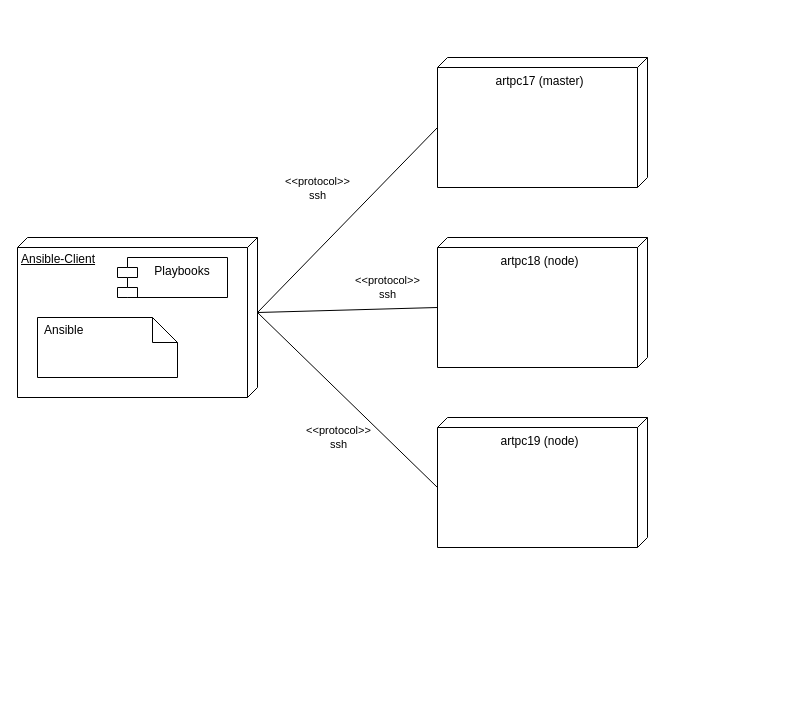
Before: uni-bsc/cd-ansible.drawio in pogii123/drawio-charts, a draw.io diagram. Source tidied: cells renumbered, new cells numbered last; positions are measured from the earlier drawing's top-left corner, leaving out a move shared by most shapes. Both pictures are drawn from the tidied source at 100%, with x=0, y=0 at pixel (17, 57).
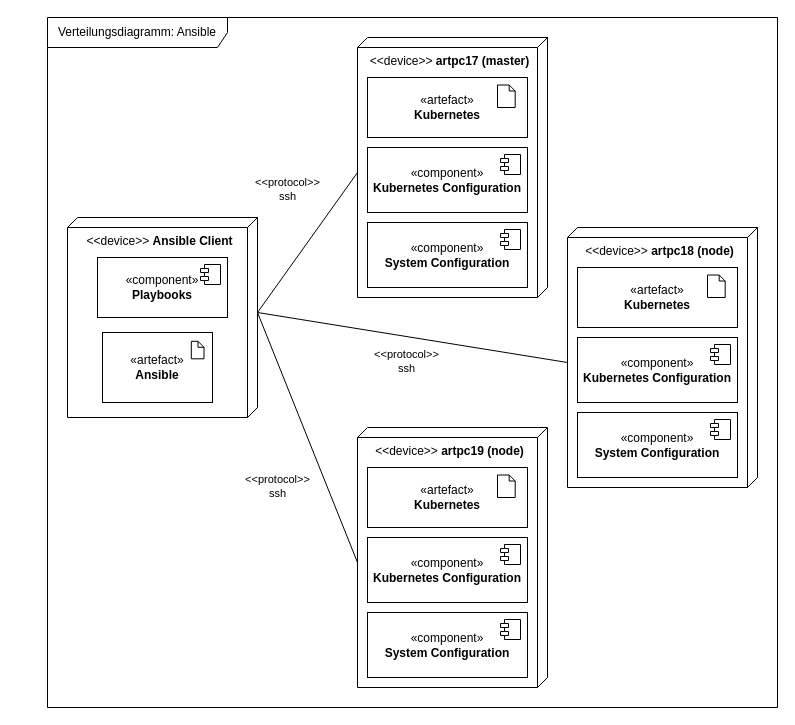
Above is the later version.

Diff of the diagram source:
```diff
@@
-    <mxCell id="2" value="Ansible-Client" style="verticalAlign=top;align=left;spacingTop=8;spacingLeft=2;spacingRight=12;shape=cube;size=10;direction=south;fontStyle=4;html=1;whiteSpace=wrap;" parent="1" vertex="1">
-      <mxGeometry y="180" width="240" height="160" as="geometry" />
-    </mxCell>
-    <mxCell id="3" value="Playbooks" style="shape=module;align=left;spacingLeft=20;align=center;verticalAlign=top;whiteSpace=wrap;html=1;" parent="1" vertex="1">
-      <mxGeometry x="100" y="200" width="110" height="40" as="geometry" />
-    </mxCell>
-    <mxCell id="4" style="shape=note2;boundedLbl=1;whiteSpace=wrap;html=1;size=25;verticalAlign=top;align=left;spacingLeft=5;" parent="1" vertex="1">
-      <mxGeometry x="20" y="260" width="140" height="60" as="geometry" />
-    </mxCell>
-    <mxCell id="5" value="Ansible" style="strokeColor=none;fillColor=none;align=left;spacingLeft=5;whiteSpace=wrap;html=1;" parent="4" vertex="1">
-      <mxGeometry width="140" height="25" relative="1" as="geometry" />
-    </mxCell>
-    <mxCell id="6" value="artpc17 (master)" style="verticalAlign=top;align=center;shape=cube;size=10;direction=south;html=1;boundedLbl=1;spacingLeft=5;whiteSpace=wrap;" parent="1" vertex="1">
-      <mxGeometry x="420" width="210" height="130" as="geometry" />
-    </mxCell>
-    <mxCell id="7" value="artpc18 (node)" style="verticalAlign=top;align=center;shape=cube;size=10;direction=south;html=1;boundedLbl=1;spacingLeft=5;whiteSpace=wrap;" parent="1" vertex="1">
-      <mxGeometry x="420" y="180" width="210" height="130" as="geometry" />
-    </mxCell>
-    <mxCell id="8" value="artpc19 (node)" style="verticalAlign=top;align=center;shape=cube;size=10;direction=south;html=1;boundedLbl=1;spacingLeft=5;whiteSpace=wrap;" parent="1" vertex="1">
-      <mxGeometry x="420" y="360" width="210" height="130" as="geometry" />
-    </mxCell>
-    <mxCell id="9" style="rounded=0;jettySize=auto;html=1;exitX=0;exitY=0;exitDx=75;exitDy=0;exitPerimeter=0;entryX=0;entryY=0;entryDx=70;entryDy=210;entryPerimeter=0;endArrow=none;endFill=0;" parent="1" edge="1" source="2" target="8">
-      <mxGeometry relative="1" as="geometry" />
+    <mxCell id="9" style="rounded=0;jettySize=auto;html=1;exitX=0;exitY=0;exitDx=75;exitDy=0;exitPerimeter=0;entryX=0;entryY=0;entryDx=135;entryDy=190;entryPerimeter=0;endArrow=none;endFill=0;" parent="1" edge="1" target="8">
+      <mxGeometry relative="1" as="geometry">
+        <mxPoint x="240" y="255" as="sourcePoint" />
+      </mxGeometry>
     </mxCell>
     <mxCell id="10" value="&amp;lt;&amp;lt;protocol&amp;gt;&amp;gt;&lt;br&gt;ssh" style="edgeLabel;html=1;align=center;verticalAlign=middle;" parent="9" vertex="1">
       <mxGeometry x="0.06" y="4" relative="1" as="geometry">
-        <mxPoint x="-18" y="35" as="offset" />
+        <mxPoint x="-37" y="42" as="offset" />
       </mxGeometry>
     </mxCell>
-    <mxCell id="11" value="&amp;lt;&amp;lt;protocol&amp;gt;&amp;gt;&lt;br&gt;ssh" style="rounded=0;jettySize=auto;html=1;exitX=0;exitY=0;exitDx=75;exitDy=0;exitPerimeter=0;entryX=0;entryY=0;entryDx=70;entryDy=210;entryPerimeter=0;endArrow=none;endFill=0;" parent="1" edge="1" source="2" target="7">
-      <mxGeometry x="0.46" y="21" relative="1" as="geometry" />
+    <mxCell id="11" value="&amp;lt;&amp;lt;protocol&amp;gt;&amp;gt;&lt;br&gt;ssh" style="rounded=0;jettySize=auto;html=1;exitX=0;exitY=0;exitDx=75;exitDy=0;exitPerimeter=0;entryX=0;entryY=0;entryDx=135;entryDy=190;entryPerimeter=0;endArrow=none;endFill=0;" parent="1" edge="1" target="23">
+      <mxGeometry x="-0.01" y="-25" relative="1" as="geometry">
+        <mxPoint x="240" y="255" as="sourcePoint" />
+      </mxGeometry>
     </mxCell>
-    <mxCell id="12" style="rounded=0;jettySize=auto;html=1;exitX=0;exitY=0;exitDx=75;exitDy=0;exitPerimeter=0;entryX=0;entryY=0;entryDx=70;entryDy=210;entryPerimeter=0;endArrow=none;endFill=0;" parent="1" edge="1" source="2" target="6">
-      <mxGeometry relative="1" as="geometry" />
+    <mxCell id="12" style="rounded=0;jettySize=auto;html=1;exitX=0;exitY=0;exitDx=75;exitDy=0;exitPerimeter=0;entryX=0;entryY=0;entryDx=135;entryDy=190;entryPerimeter=0;endArrow=none;endFill=0;" parent="1" edge="1" target="32">
+      <mxGeometry relative="1" as="geometry">
+        <mxPoint x="240" y="255" as="sourcePoint" />
+      </mxGeometry>
     </mxCell>
     <mxCell id="13" value="&amp;lt;&amp;lt;protocol&amp;gt;&amp;gt;&lt;br&gt;ssh" style="edgeLabel;html=1;align=center;verticalAlign=middle;" parent="12" vertex="1">
       <mxGeometry x="0.13" relative="1" as="geometry">
-        <mxPoint x="-42" y="-20" as="offset" />
+        <mxPoint x="-27" y="-45" as="offset" />
       </mxGeometry>
     </mxCell>
+    <mxCell id="14" style="group;" parent="1" vertex="1">
+      <mxGeometry x="340" y="370" width="190" height="260" as="geometry" />
+    </mxCell>
+    <mxCell id="8" value="&amp;lt;&amp;lt;device&amp;gt;&amp;gt; &lt;b&gt;artpc19 (node)&lt;/b&gt;" style="verticalAlign=top;align=center;shape=cube;size=10;direction=south;html=1;boundedLbl=1;spacingLeft=5;whiteSpace=wrap;" parent="14" vertex="1">
+      <mxGeometry width="190" height="260" as="geometry" />
+    </mxCell>
+    <mxCell id="15" value="«component»&lt;br&gt;&lt;b&gt;System Configuration&lt;/b&gt;" style="html=1;whiteSpace=wrap;" parent="14" vertex="1">
+      <mxGeometry x="10" y="185" width="160" height="65" as="geometry" />
+    </mxCell>
+    <mxCell id="16" style="shape=module;jettyWidth=8;jettyHeight=4;" parent="15" vertex="1">
+      <mxGeometry x="1" width="20" height="20" relative="1" as="geometry">
+        <mxPoint x="-27" y="7" as="offset" />
+      </mxGeometry>
+    </mxCell>
+    <mxCell id="17" value="«component»&lt;br&gt;&lt;b&gt;Kubernetes Configuration&lt;/b&gt;" style="html=1;whiteSpace=wrap;" parent="14" vertex="1">
+      <mxGeometry x="10" y="110" width="160" height="65" as="geometry" />
+    </mxCell>
+    <mxCell id="18" style="shape=module;jettyWidth=8;jettyHeight=4;" parent="17" vertex="1">
+      <mxGeometry x="1" width="20" height="20" relative="1" as="geometry">
+        <mxPoint x="-27" y="7" as="offset" />
+      </mxGeometry>
+    </mxCell>
+    <mxCell id="19" style="group;" parent="14" vertex="1">
+      <mxGeometry x="10" y="40" width="160" height="60" as="geometry" />
+    </mxCell>
+    <mxCell id="20" value="«artefact»&lt;br&gt;&lt;b&gt;Kubernetes&lt;/b&gt;" style="html=1;whiteSpace=wrap;" parent="19" vertex="1">
+      <mxGeometry width="160" height="60" as="geometry" />
+    </mxCell>
+    <mxCell id="21" style="shape=note2;boundedLbl=1;whiteSpace=wrap;html=1;size=6;verticalAlign=top;align=left;spacingLeft=5;" parent="19" vertex="1">
+      <mxGeometry x="130" y="7.5" width="17.7" height="22.5" as="geometry" />
+    </mxCell>
+    <mxCell id="22" style="group;" parent="1" vertex="1">
+      <mxGeometry x="550" y="170" width="190" height="260" as="geometry" />
+    </mxCell>
+    <mxCell id="23" value="&amp;lt;&amp;lt;device&amp;gt;&amp;gt; &lt;b&gt;artpc18 (node)&lt;/b&gt;" style="verticalAlign=top;align=center;shape=cube;size=10;direction=south;html=1;boundedLbl=1;spacingLeft=5;whiteSpace=wrap;" parent="22" vertex="1">
+      <mxGeometry width="190" height="260" as="geometry" />
+    </mxCell>
+    <mxCell id="24" value="«component»&lt;br&gt;&lt;b&gt;System Configuration&lt;/b&gt;" style="html=1;whiteSpace=wrap;" parent="22" vertex="1">
+      <mxGeometry x="10" y="185" width="160" height="65" as="geometry" />
+    </mxCell>
+    <mxCell id="25" style="shape=module;jettyWidth=8;jettyHeight=4;" parent="24" vertex="1">
+      <mxGeometry x="1" width="20" height="20" relative="1" as="geometry">
+        <mxPoint x="-27" y="7" as="offset" />
+      </mxGeometry>
+    </mxCell>
+    <mxCell id="26" value="«component»&lt;br&gt;&lt;b&gt;Kubernetes Configuration&lt;/b&gt;" style="html=1;whiteSpace=wrap;" parent="22" vertex="1">
+      <mxGeometry x="10" y="110" width="160" height="65" as="geometry" />
+    </mxCell>
+    <mxCell id="27" style="shape=module;jettyWidth=8;jettyHeight=4;" parent="26" vertex="1">
+      <mxGeometry x="1" width="20" height="20" relative="1" as="geometry">
+        <mxPoint x="-27" y="7" as="offset" />
+      </mxGeometry>
+    </mxCell>
+    <mxCell id="28" style="group;" parent="22" vertex="1">
+      <mxGeometry x="10" y="40" width="160" height="60" as="geometry" />
+    </mxCell>
+    <mxCell id="29" value="«artefact»&lt;br&gt;&lt;b&gt;Kubernetes&lt;/b&gt;" style="html=1;whiteSpace=wrap;" parent="28" vertex="1">
+      <mxGeometry width="160" height="60" as="geometry" />
+    </mxCell>
+    <mxCell id="30" style="shape=note2;boundedLbl=1;whiteSpace=wrap;html=1;size=6;verticalAlign=top;align=left;spacingLeft=5;" parent="28" vertex="1">
+      <mxGeometry x="130" y="7.5" width="17.7" height="22.5" as="geometry" />
+    </mxCell>
+    <mxCell id="31" style="group;" parent="1" vertex="1">
+      <mxGeometry x="340" y="-20" width="190" height="260" as="geometry" />
+    </mxCell>
+    <mxCell id="32" value="&amp;lt;&amp;lt;device&amp;gt;&amp;gt; &lt;b&gt;artpc17 (master)&lt;/b&gt;" style="verticalAlign=top;align=center;shape=cube;size=10;direction=south;html=1;boundedLbl=1;spacingLeft=5;whiteSpace=wrap;" parent="31" vertex="1">
+      <mxGeometry width="190" height="260" as="geometry" />
+    </mxCell>
+    <mxCell id="33" value="«component»&lt;br&gt;&lt;b&gt;System Configuration&lt;/b&gt;" style="html=1;whiteSpace=wrap;" parent="31" vertex="1">
+      <mxGeometry x="10" y="185" width="160" height="65" as="geometry" />
+    </mxCell>
+    <mxCell id="34" style="shape=module;jettyWidth=8;jettyHeight=4;" parent="33" vertex="1">
+      <mxGeometry x="1" width="20" height="20" relative="1" as="geometry">
+        <mxPoint x="-27" y="7" as="offset" />
+      </mxGeometry>
+    </mxCell>
+    <mxCell id="35" value="«component»&lt;br&gt;&lt;b&gt;Kubernetes Configuration&lt;/b&gt;" style="html=1;whiteSpace=wrap;" parent="31" vertex="1">
+      <mxGeometry x="10" y="110" width="160" height="65" as="geometry" />
+    </mxCell>
+    <mxCell id="36" style="shape=module;jettyWidth=8;jettyHeight=4;" parent="35" vertex="1">
+      <mxGeometry x="1" width="20" height="20" relative="1" as="geometry">
+        <mxPoint x="-27" y="7" as="offset" />
+      </mxGeometry>
+    </mxCell>
+    <mxCell id="37" style="group;" parent="31" vertex="1">
+      <mxGeometry x="10" y="40" width="160" height="60" as="geometry" />
+    </mxCell>
+    <mxCell id="38" value="«artefact»&lt;br&gt;&lt;b&gt;Kubernetes&lt;/b&gt;" style="html=1;whiteSpace=wrap;" parent="37" vertex="1">
+      <mxGeometry width="160" height="60" as="geometry" />
+    </mxCell>
+    <mxCell id="39" style="shape=note2;boundedLbl=1;whiteSpace=wrap;html=1;size=6;verticalAlign=top;align=left;spacingLeft=5;" parent="37" vertex="1">
+      <mxGeometry x="130" y="7.5" width="17.7" height="22.5" as="geometry" />
+    </mxCell>
+    <mxCell id="40" value="&amp;lt;&amp;lt;device&amp;gt;&amp;gt; &lt;b&gt;Ansible Client&lt;/b&gt;" style="verticalAlign=top;align=center;shape=cube;size=10;direction=south;html=1;boundedLbl=1;spacingLeft=5;whiteSpace=wrap;" parent="1" vertex="1">
+      <mxGeometry x="50" y="160" width="190" height="200" as="geometry" />
+    </mxCell>
+    <mxCell id="41" value="«component»&lt;br&gt;&lt;b&gt;Playbooks&lt;/b&gt;" style="html=1;whiteSpace=wrap;" parent="1" vertex="1">
+      <mxGeometry x="80" y="200" width="130" height="60" as="geometry" />
+    </mxCell>
+    <mxCell id="42" style="shape=module;jettyWidth=8;jettyHeight=4;" parent="41" vertex="1">
+      <mxGeometry x="1" width="20" height="20" relative="1" as="geometry">
+        <mxPoint x="-27" y="7" as="offset" />
+      </mxGeometry>
+    </mxCell>
+    <mxCell id="43" style="group;" parent="1" vertex="1">
+      <mxGeometry x="85" y="275" width="110" height="70" as="geometry" />
+    </mxCell>
+    <mxCell id="44" value="«artefact»&lt;br&gt;&lt;b&gt;Ansible&lt;/b&gt;" style="html=1;whiteSpace=wrap;" parent="43" vertex="1">
+      <mxGeometry width="110" height="70" as="geometry" />
+    </mxCell>
+    <mxCell id="45" style="shape=note2;boundedLbl=1;whiteSpace=wrap;html=1;size=6;verticalAlign=top;align=left;spacingLeft=5;" parent="43" vertex="1">
+      <mxGeometry x="88.8" y="8.8" width="12.7" height="17.5" as="geometry" />
+    </mxCell>
+    <mxCell id="46" value="Verteilungsdiagramm: Ansible" style="shape=umlFrame;whiteSpace=wrap;html=1;width=180;height=30;" parent="1" vertex="1">
+      <mxGeometry x="30" y="-40" width="730" height="690" as="geometry" />
+    </mxCell>
```
